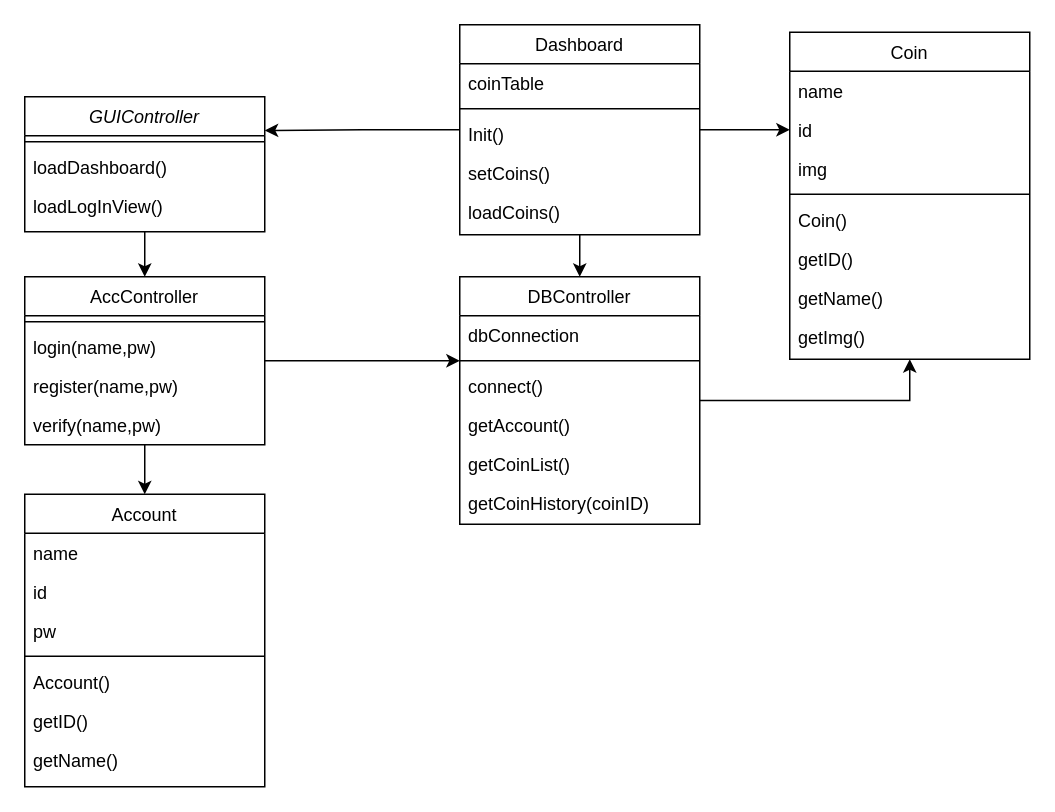
Before: docs/UML/UML-Class.drawio in Lucas-Klein1/CryptoBroker, a draw.io diagram. Source tidied: cells renumbered, new cells numbered last; positions are measured from the earlier drawing's top-left corner, leaving out a move shared by most shapes. Both pictures are drawn from the tidied source at 150%, with x=0, y=0 at pixel (24, 24).
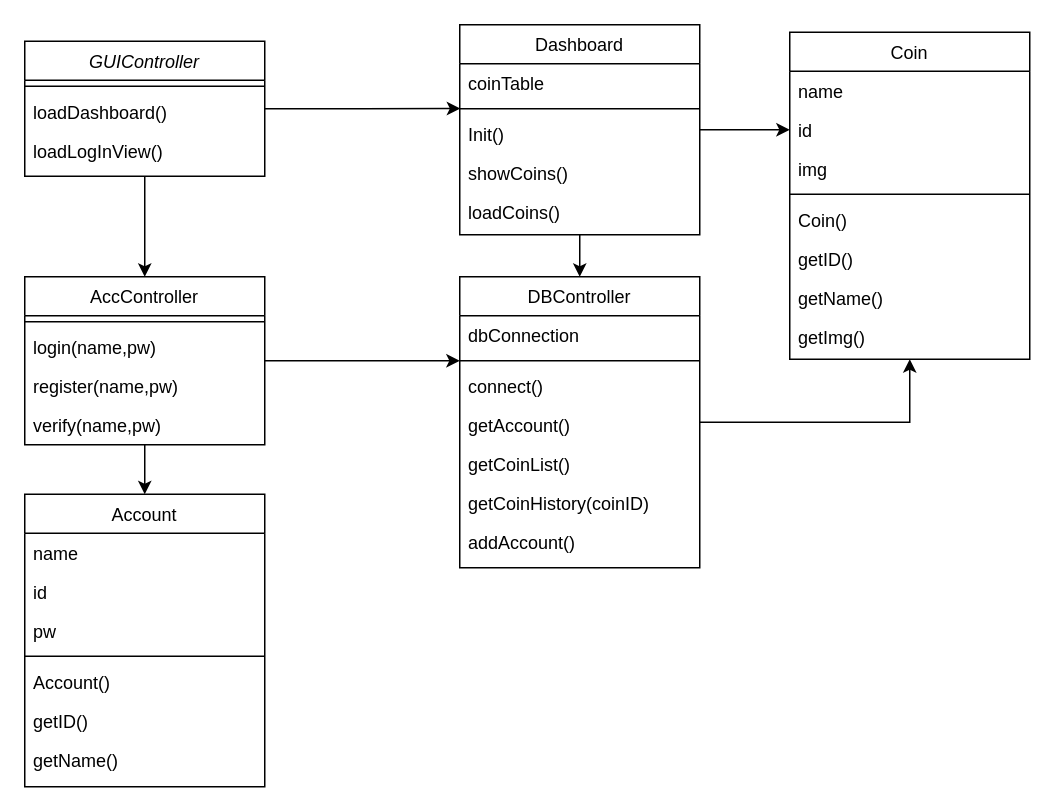
The same page after the edit.

The change refers to these unchanged cells:
```xml
<mxCell id="26" value="Dashboard" style="swimlane;fontStyle=0;align=center;verticalAlign=top;horizontal=1;startSize=26;rounded=0;shadow=0;strokeWidth=1;" parent="1" vertex="1">
  <mxGeometry x="290" width="160" height="140" as="geometry" />
</mxCell>
<mxCell id="28" style="line;html=1;strokeWidth=1;align=left;verticalAlign=middle;spacingTop=-1;spacingLeft=3;spacingRight=3;labelPosition=right;points=[];portConstraint=eastwest;" parent="26" vertex="1">
  <mxGeometry y="52" width="160" height="8" as="geometry" />
</mxCell>
```

What changed in the source:
```diff
@@
     <mxCell id="3" value="GUIController" style="swimlane;fontStyle=2;align=center;verticalAlign=top;horizontal=1;startSize=26;rounded=0;shadow=0;strokeWidth=1;" parent="1" vertex="1">
-      <mxGeometry y="48" width="160" height="90" as="geometry" />
+      <mxGeometry y="11" width="160" height="90" as="geometry" />
     </mxCell>
@@
-    <mxCell id="23" style="edgeStyle=orthogonalEdgeStyle;rounded=0;jettySize=auto;html=1;entryX=1;entryY=0.25;entryDx=0;entryDy=0;" parent="1" edge="1" source="26" target="3">
-      <mxGeometry relative="1" as="geometry" />
-    </mxCell>
@@
-    <mxCell id="30" value="setCoins()" style="text;align=left;verticalAlign=top;spacingLeft=4;spacingRight=4;overflow=hidden;" parent="26" vertex="1">
+    <mxCell id="30" value="showCoins()" style="text;align=left;verticalAlign=top;spacingLeft=4;spacingRight=4;overflow=hidden;" parent="26" vertex="1">
       <mxGeometry y="86" width="160" height="26" as="geometry" />
     </mxCell>
@@
     <mxCell id="41" value="DBController" style="swimlane;fontStyle=0;align=center;verticalAlign=top;horizontal=1;startSize=26;rounded=0;shadow=0;strokeWidth=1;" parent="1" vertex="1">
-      <mxGeometry x="290" y="168" width="160" height="165" as="geometry" />
+      <mxGeometry x="290" y="168" width="160" height="194" as="geometry" />
     </mxCell>
@@
+    <mxCell id="48" value="addAccount()" style="text;align=left;verticalAlign=top;spacingLeft=4;spacingRight=4;overflow=hidden;" parent="41" vertex="1">
+      <mxGeometry y="164" width="160" height="30" as="geometry" />
+    </mxCell>
+    <mxCell id="49" style="edgeStyle=orthogonalEdgeStyle;rounded=0;jettySize=auto;html=1;entryX=0.002;entryY=0.476;entryDx=0;entryDy=0;entryPerimeter=0;" parent="1" edge="1" source="3" target="28">
+      <mxGeometry relative="1" as="geometry" />
+    </mxCell>
```
